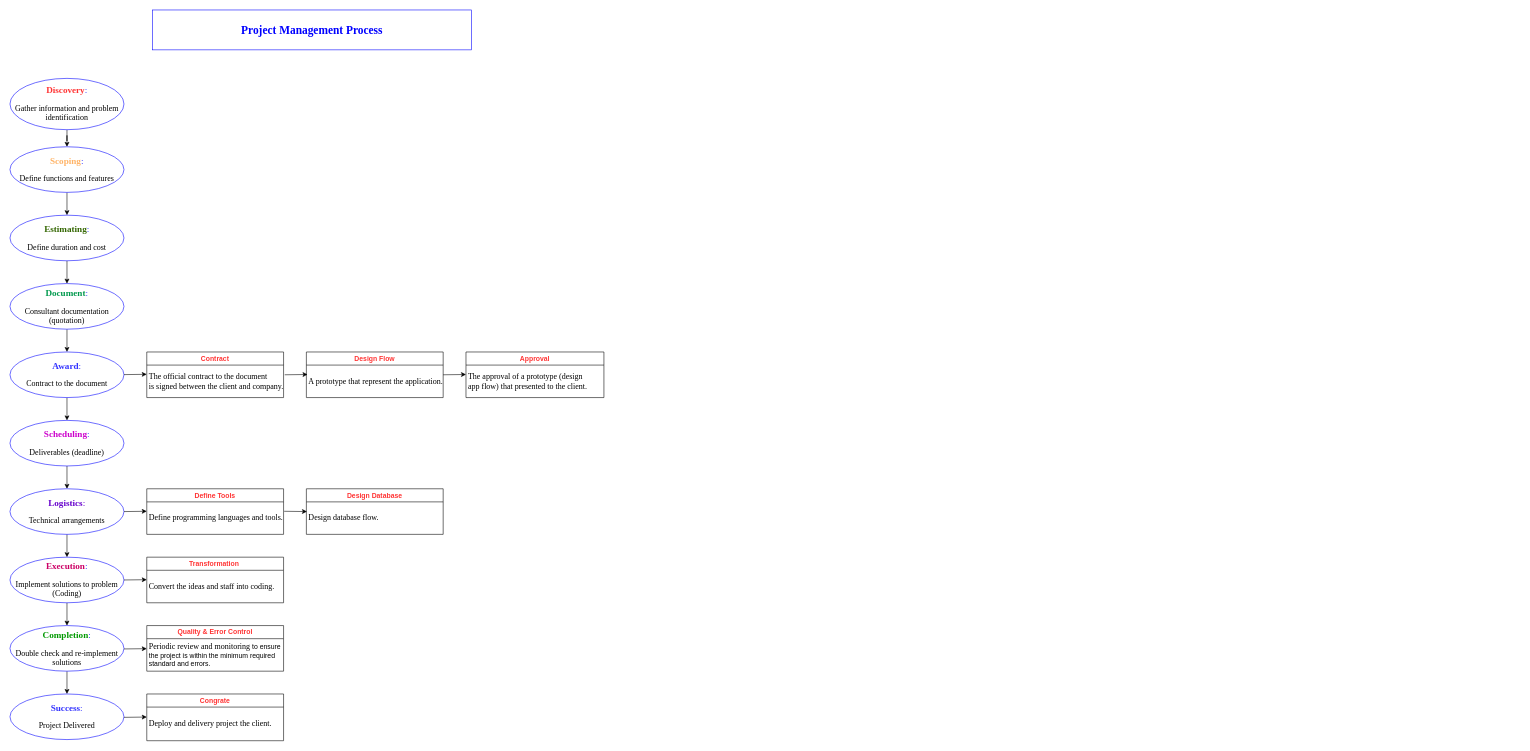
The draw.io diagram page "Project Management Process" (3 of 4) of Untitled Diagram.drawio in Thearith09/thearith09.github.io, before the edit. Source tidied: cells renumbered, new cells numbered last; positions are measured from the earlier drawing's top-left corner, leaving out a move shared by most shapes. Both pictures are drawn from the tidied source at 57%, with x=0, y=0 at pixel (10, 10).
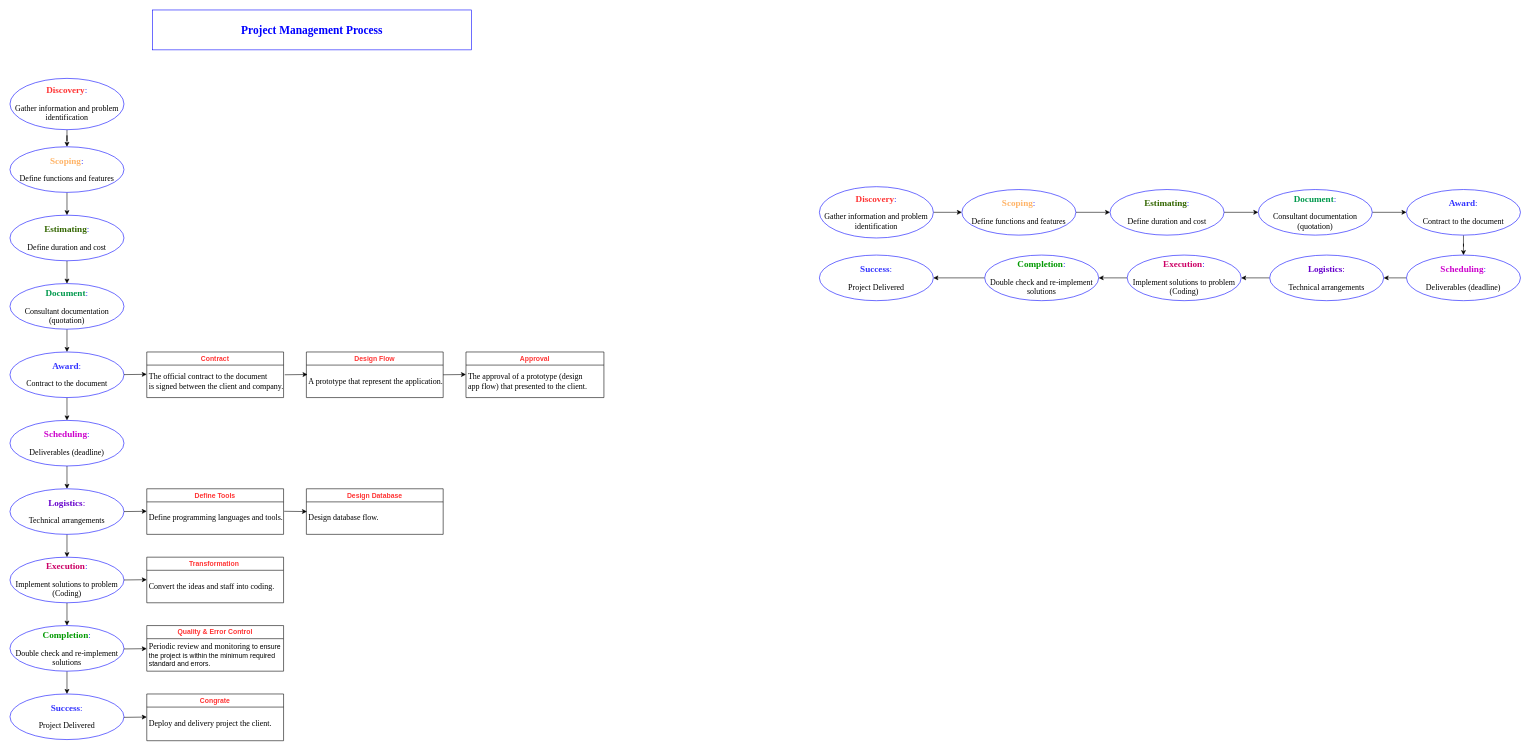
The same diagram, later.

What changed in the source:
```diff
@@
+    <mxCell id="46" style="edgeStyle=orthogonalEdgeStyle;rounded=0;jettySize=auto;html=1;" parent="1" edge="1" source="47" target="49">
+      <mxGeometry relative="1" as="geometry" />
+    </mxCell>
+    <mxCell id="47" value="&lt;font style=&quot;&quot; face=&quot;Times New Roman&quot;&gt;&lt;font style=&quot;font-size: 16px;&quot;&gt;&lt;b style=&quot;&quot;&gt;&lt;font color=&quot;#ff3333&quot;&gt;Discovery&lt;/font&gt;&lt;/b&gt;&lt;font color=&quot;#3333ff&quot;&gt;:&lt;/font&gt;&lt;br&gt;&lt;/font&gt;&lt;br&gt;&lt;font style=&quot;font-size: 14px;&quot;&gt;Gather information and problem identification&lt;/font&gt;&lt;br&gt;&lt;/font&gt;" style="ellipse;whiteSpace=wrap;html=1;strokeColor=#0000FF;" parent="1" vertex="1">
+      <mxGeometry x="1420" y="310" width="200" height="90" as="geometry" />
+    </mxCell>
+    <mxCell id="48" style="edgeStyle=orthogonalEdgeStyle;rounded=0;jettySize=auto;html=1;" parent="1" edge="1" source="49" target="51">
+      <mxGeometry relative="1" as="geometry" />
+    </mxCell>
+    <mxCell id="49" value="&lt;font style=&quot;&quot; face=&quot;Times New Roman&quot;&gt;&lt;font style=&quot;font-size: 16px;&quot;&gt;&lt;b style=&quot;&quot;&gt;&lt;font color=&quot;#ffb366&quot;&gt;Scoping&lt;/font&gt;&lt;/b&gt;&lt;font color=&quot;#3333ff&quot;&gt;:&lt;/font&gt;&lt;br&gt;&lt;/font&gt;&lt;br&gt;&lt;span style=&quot;font-size: 14px;&quot;&gt;Define functions and features&lt;/span&gt;&lt;br&gt;&lt;/font&gt;" style="ellipse;whiteSpace=wrap;html=1;strokeColor=#0000FF;" parent="1" vertex="1">
+      <mxGeometry x="1670" y="315" width="200" height="80" as="geometry" />
+    </mxCell>
+    <mxCell id="50" style="edgeStyle=orthogonalEdgeStyle;rounded=0;jettySize=auto;html=1;" parent="1" edge="1" source="51" target="53">
+      <mxGeometry relative="1" as="geometry" />
+    </mxCell>
+    <mxCell id="51" value="&lt;font style=&quot;&quot; face=&quot;Times New Roman&quot;&gt;&lt;font style=&quot;font-size: 16px;&quot;&gt;&lt;b style=&quot;&quot;&gt;&lt;font color=&quot;#336600&quot;&gt;Estimating&lt;/font&gt;&lt;/b&gt;&lt;font color=&quot;#3333ff&quot;&gt;:&lt;/font&gt;&lt;br&gt;&lt;/font&gt;&lt;br&gt;&lt;span style=&quot;font-size: 14px;&quot;&gt;Define duration and cost&lt;/span&gt;&lt;br&gt;&lt;/font&gt;" style="ellipse;whiteSpace=wrap;html=1;strokeColor=#0000FF;" parent="1" vertex="1">
+      <mxGeometry x="1930" y="315" width="200" height="80" as="geometry" />
+    </mxCell>
+    <mxCell id="52" style="edgeStyle=orthogonalEdgeStyle;rounded=0;jettySize=auto;html=1;" parent="1" edge="1" source="53" target="55">
+      <mxGeometry relative="1" as="geometry" />
+    </mxCell>
+    <mxCell id="53" value="&lt;font style=&quot;&quot; face=&quot;Times New Roman&quot;&gt;&lt;font style=&quot;font-size: 16px;&quot;&gt;&lt;b style=&quot;&quot;&gt;&lt;font color=&quot;#00994d&quot;&gt;Document&lt;/font&gt;&lt;/b&gt;&lt;font color=&quot;#3333ff&quot;&gt;:&lt;/font&gt;&lt;br&gt;&lt;/font&gt;&lt;br&gt;&lt;span style=&quot;font-size: 14px;&quot;&gt;Consultant documentation (quotation)&lt;/span&gt;&lt;br&gt;&lt;/font&gt;" style="ellipse;whiteSpace=wrap;html=1;strokeColor=#0000FF;" parent="1" vertex="1">
+      <mxGeometry x="2190" y="315" width="200" height="80" as="geometry" />
+    </mxCell>
+    <mxCell id="54" style="edgeStyle=orthogonalEdgeStyle;rounded=0;jettySize=auto;html=1;" parent="1" edge="1" source="55" target="57">
+      <mxGeometry relative="1" as="geometry" />
+    </mxCell>
+    <mxCell id="55" value="&lt;font style=&quot;&quot; face=&quot;Times New Roman&quot;&gt;&lt;font style=&quot;font-size: 16px;&quot; color=&quot;#3333ff&quot;&gt;&lt;b&gt;Award&lt;/b&gt;:&lt;br&gt;&lt;/font&gt;&lt;br&gt;&lt;span style=&quot;font-size: 14px;&quot;&gt;Contract to the document&lt;/span&gt;&lt;br&gt;&lt;/font&gt;" style="ellipse;whiteSpace=wrap;html=1;strokeColor=#0000FF;" parent="1" vertex="1">
+      <mxGeometry x="2450" y="315" width="200" height="80" as="geometry" />
+    </mxCell>
+    <mxCell id="56" style="edgeStyle=orthogonalEdgeStyle;rounded=0;jettySize=auto;html=1;" parent="1" edge="1" source="57" target="59">
+      <mxGeometry relative="1" as="geometry" />
+    </mxCell>
+    <mxCell id="57" value="&lt;font style=&quot;&quot; face=&quot;Times New Roman&quot;&gt;&lt;font style=&quot;font-size: 16px;&quot;&gt;&lt;b style=&quot;&quot;&gt;&lt;font color=&quot;#cc00cc&quot;&gt;Scheduling&lt;/font&gt;&lt;/b&gt;&lt;font color=&quot;#3333ff&quot;&gt;:&lt;/font&gt;&lt;br&gt;&lt;/font&gt;&lt;br&gt;&lt;span style=&quot;font-size: 14px;&quot;&gt;Deliverables (deadline)&lt;/span&gt;&lt;br&gt;&lt;/font&gt;" style="ellipse;whiteSpace=wrap;html=1;strokeColor=#0000FF;" parent="1" vertex="1">
+      <mxGeometry x="2450" y="430" width="200" height="80" as="geometry" />
+    </mxCell>
+    <mxCell id="58" style="edgeStyle=orthogonalEdgeStyle;rounded=0;jettySize=auto;html=1;" parent="1" edge="1" source="59" target="61">
+      <mxGeometry relative="1" as="geometry" />
+    </mxCell>
+    <mxCell id="59" value="&lt;font style=&quot;&quot; face=&quot;Times New Roman&quot;&gt;&lt;font color=&quot;#6600cc&quot; style=&quot;font-size: 16px;&quot;&gt;&lt;b style=&quot;&quot;&gt;Logistics&lt;/b&gt;:&lt;br&gt;&lt;/font&gt;&lt;br&gt;&lt;span style=&quot;font-size: 14px;&quot;&gt;Technical arrangements&lt;/span&gt;&lt;br&gt;&lt;/font&gt;" style="ellipse;whiteSpace=wrap;html=1;strokeColor=#0000FF;" parent="1" vertex="1">
+      <mxGeometry x="2210" y="430" width="200" height="80" as="geometry" />
+    </mxCell>
+    <mxCell id="60" style="edgeStyle=orthogonalEdgeStyle;rounded=0;jettySize=auto;html=1;" parent="1" edge="1" source="61" target="63">
+      <mxGeometry relative="1" as="geometry" />
+    </mxCell>
+    <mxCell id="61" value="&lt;font style=&quot;&quot; face=&quot;Times New Roman&quot;&gt;&lt;font style=&quot;font-size: 16px;&quot;&gt;&lt;b style=&quot;&quot;&gt;&lt;font color=&quot;#cc0066&quot;&gt;Execution&lt;/font&gt;&lt;/b&gt;&lt;font color=&quot;#3333ff&quot;&gt;:&lt;/font&gt;&lt;br&gt;&lt;/font&gt;&lt;br&gt;&lt;span style=&quot;font-size: 14px;&quot;&gt;Implement solutions to problem (Coding)&lt;/span&gt;&lt;br&gt;&lt;/font&gt;" style="ellipse;whiteSpace=wrap;html=1;strokeColor=#0000FF;" parent="1" vertex="1">
+      <mxGeometry x="1960" y="430" width="200" height="80" as="geometry" />
+    </mxCell>
+    <mxCell id="62" style="edgeStyle=orthogonalEdgeStyle;rounded=0;jettySize=auto;html=1;" parent="1" edge="1" source="63" target="64">
+      <mxGeometry relative="1" as="geometry" />
+    </mxCell>
+    <mxCell id="63" value="&lt;font style=&quot;&quot; face=&quot;Times New Roman&quot;&gt;&lt;font style=&quot;font-size: 16px;&quot;&gt;&lt;b style=&quot;&quot;&gt;&lt;font color=&quot;#009900&quot;&gt;Completion&lt;/font&gt;&lt;/b&gt;&lt;font color=&quot;#3333ff&quot;&gt;:&lt;/font&gt;&lt;br&gt;&lt;/font&gt;&lt;br&gt;&lt;span style=&quot;font-size: 14px;&quot;&gt;Double check and re-implement solutions&lt;/span&gt;&lt;br&gt;&lt;/font&gt;" style="ellipse;whiteSpace=wrap;html=1;strokeColor=#0000FF;" parent="1" vertex="1">
+      <mxGeometry x="1710" y="430" width="200" height="80" as="geometry" />
+    </mxCell>
+    <mxCell id="64" value="&lt;font style=&quot;&quot; face=&quot;Times New Roman&quot;&gt;&lt;font style=&quot;font-size: 16px;&quot; color=&quot;#3333ff&quot;&gt;&lt;b&gt;Success&lt;/b&gt;:&lt;br&gt;&lt;/font&gt;&lt;br&gt;&lt;span style=&quot;font-size: 14px;&quot;&gt;Project Delivered&lt;/span&gt;&lt;br&gt;&lt;/font&gt;" style="ellipse;whiteSpace=wrap;html=1;strokeColor=#0000FF;" parent="1" vertex="1">
+      <mxGeometry x="1420" y="430" width="200" height="80" as="geometry" />
+    </mxCell>
```
